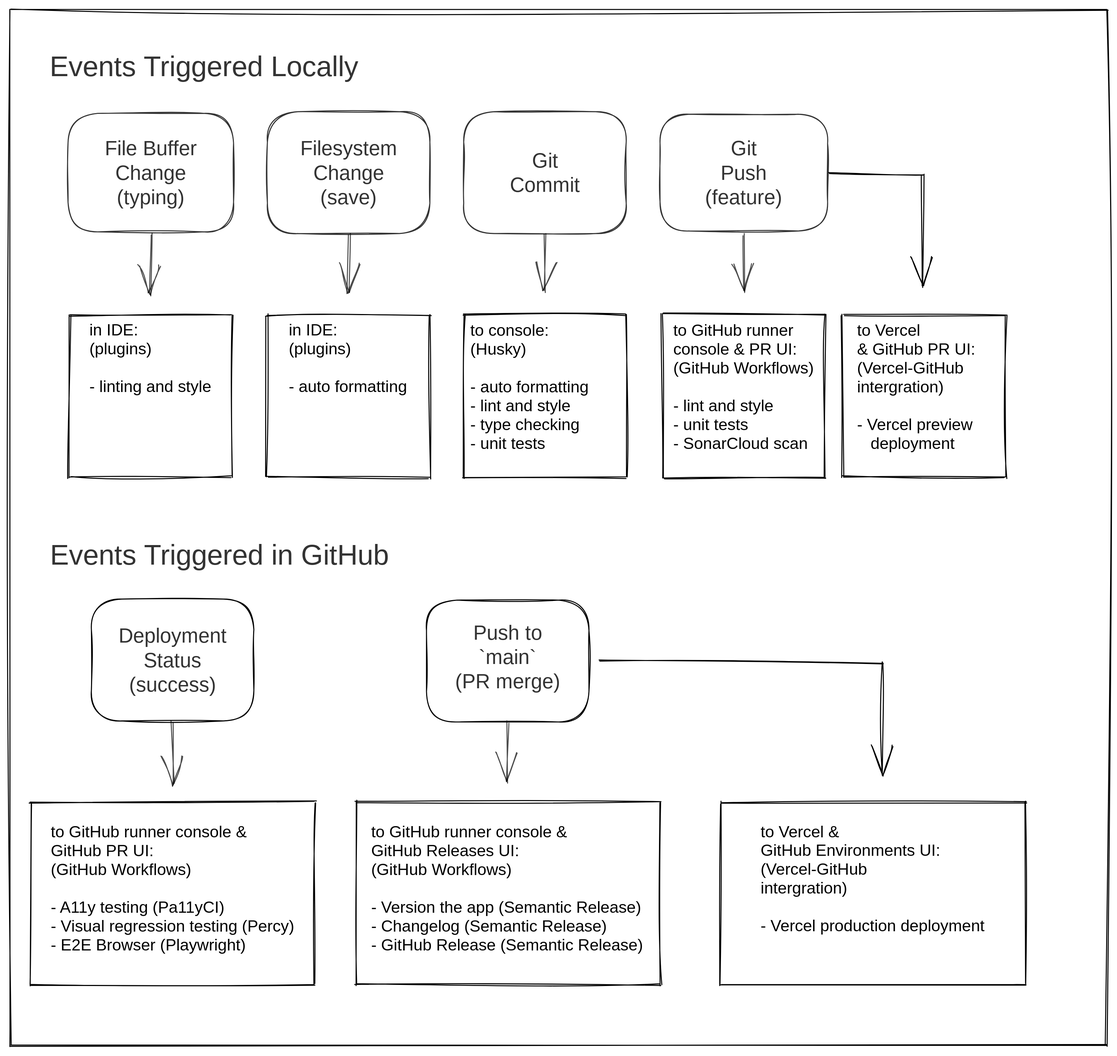
This is docs/images/sdlc_events.excalidraw.svg from oaknational/Oak-Web-Application, a Excalidraw export, as it was before one commit. Source tidied: one line per element, renumbered; positions are measured from the earlier drawing's top-left corner, leaving out a move shared by most shapes.
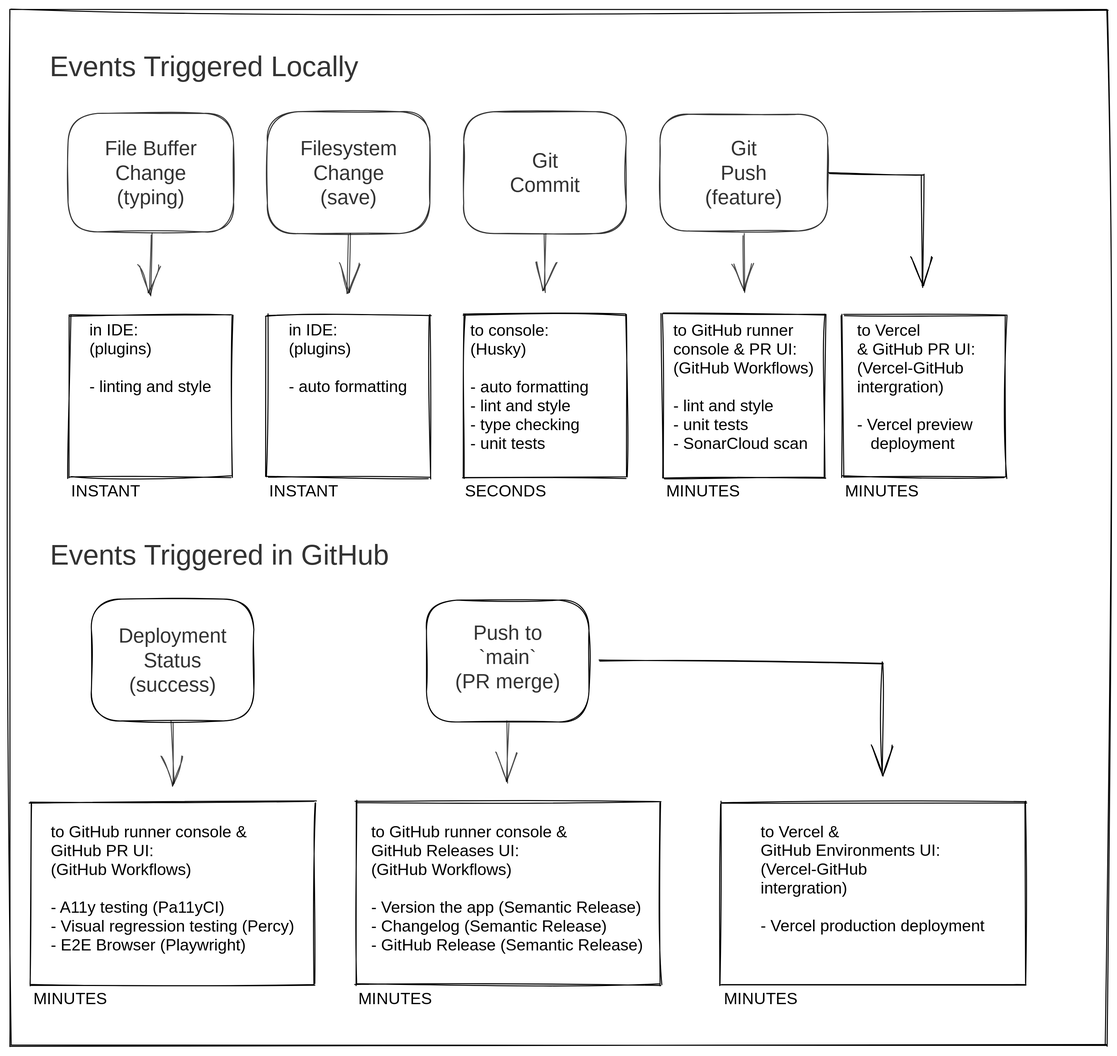
After the change.

Commit message:
docs(testing): add approximate feedback timescales to events diagram

Change to the diagram source:
```diff
@@ -37,3 +37,11 @@
 {"id": 36, "type": "rectangle", "strokeColor": "#000000", "strokeWidth": 1, "roughness": 1, "x": 700, "y": 780, "width": 300, "height": 180}
 {"id": 37, "type": "text", "text": "to Vercel &\nGitHub Environments UI:\n(Vercel-GitHub\nintergration)\n\n- Vercel production deployment", "strokeColor": "#000000", "strokeWidth": 1, "roughness": 1, "fontSize": 16, "fontFamily": 2, "x": 739, "y": 800, "width": 222, "height": 111}
 {"id": 38, "type": "arrow", "strokeColor": "#000000", "strokeWidth": 1, "roughness": 1, "endArrowhead": "arrow", "from": 4, "to": 36, "x": 581, "y": 641, "width": 278, "height": 112, "points": [[0, 0], [278, 2], [278, 112]]}
+{"id": 39, "type": "text", "text": "INSTANT", "strokeColor": "#000000", "strokeWidth": 1, "roughness": 1, "fontSize": 16, "fontFamily": 3, "x": 60, "y": 463, "width": 67, "height": 20}
+{"id": 40, "type": "text", "text": "INSTANT", "strokeColor": "#000000", "strokeWidth": 1, "roughness": 1, "fontSize": 16, "fontFamily": 3, "x": 255, "y": 463, "width": 67, "height": 20}
+{"id": 41, "type": "text", "text": "SECONDS", "strokeColor": "#000000", "strokeWidth": 1, "roughness": 1, "fontSize": 16, "fontFamily": 3, "x": 448, "y": 463, "width": 67, "height": 20}
+{"id": 42, "type": "text", "text": "MINUTES", "strokeColor": "#000000", "strokeWidth": 1, "roughness": 1, "fontSize": 16, "fontFamily": 3, "x": 646, "y": 463, "width": 67, "height": 20}
+{"id": 43, "type": "text", "text": "MINUTES", "strokeColor": "#000000", "strokeWidth": 1, "roughness": 1, "fontSize": 16, "fontFamily": 3, "x": 822, "y": 463, "width": 67, "height": 20}
+{"id": 44, "type": "text", "text": "MINUTES", "strokeColor": "#000000", "strokeWidth": 1, "roughness": 1, "fontSize": 16, "fontFamily": 3, "x": 23, "y": 963, "width": 67, "height": 20}
+{"id": 45, "type": "text", "text": "MINUTES", "strokeColor": "#000000", "strokeWidth": 1, "roughness": 1, "fontSize": 16, "fontFamily": 3, "x": 343, "y": 963, "width": 67, "height": 20}
+{"id": 46, "type": "text", "text": "MINUTES", "strokeColor": "#000000", "strokeWidth": 1, "roughness": 1, "fontSize": 16, "fontFamily": 3, "x": 703, "y": 963, "width": 67, "height": 20}
```
